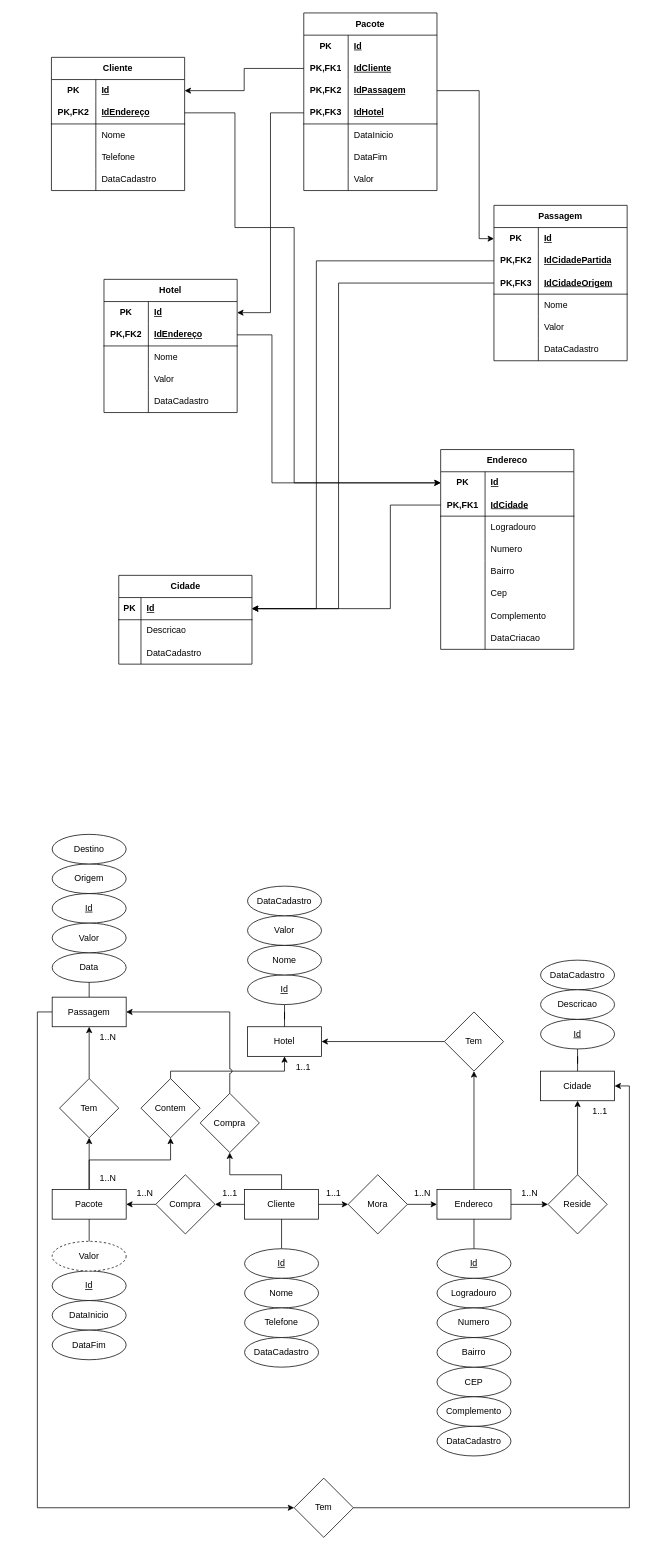
Above: page "Página-3" (3 of 3) of Andre-turismo.drawio in GBFerro/projandeTurismoADO (draw.io), before the change. Source tidied: cells renumbered, new cells numbered last; positions are measured from the earlier drawing's top-left corner, leaving out a move shared by most shapes. Both pictures are drawn from the tidied source at 74%, with x=0, y=0 at pixel (37, 13).
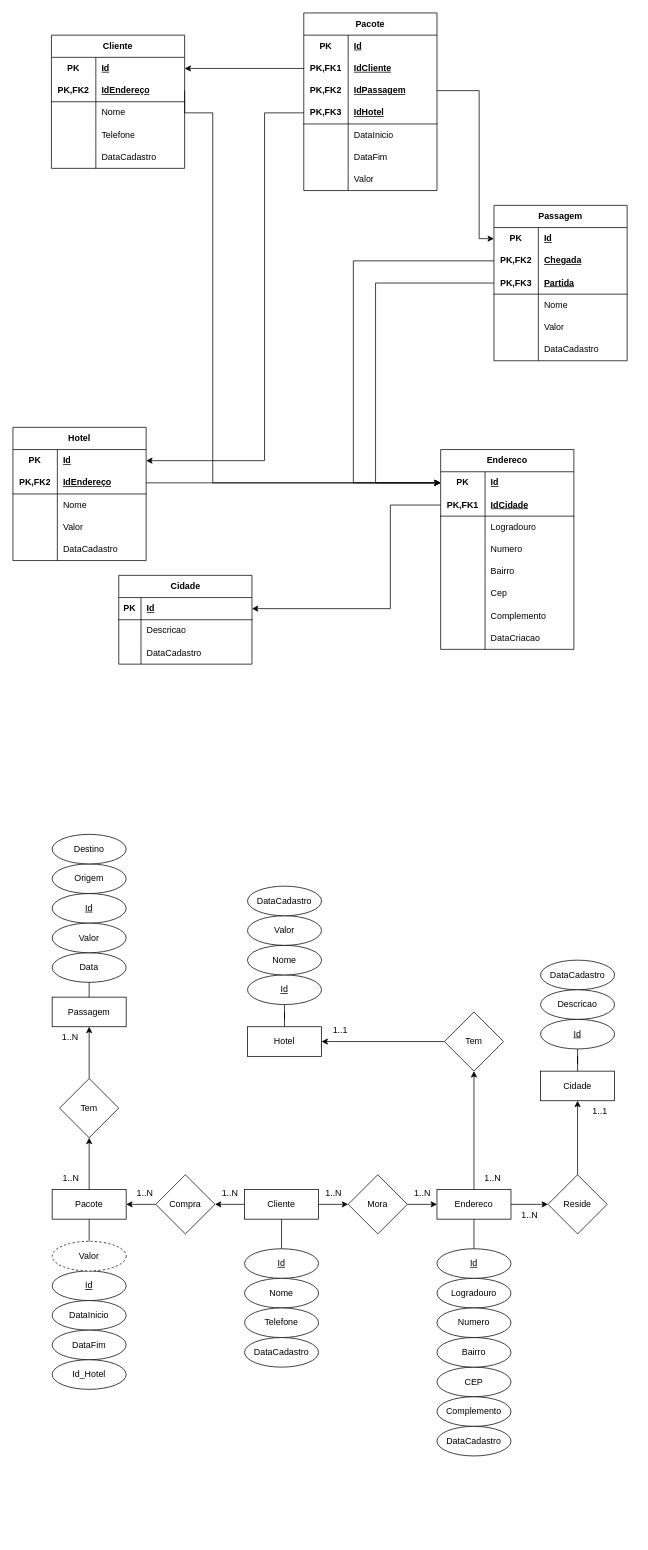
The same page after the edit.

Unchanged cells that the change refers to:
```xml
<mxCell id="3" style="shape=tableRow;horizontal=0;startSize=0;swimlaneHead=0;swimlaneBody=0;fillColor=none;points=[[0,0.5],[1,0.5]];portConstraint=eastwest;top=0;left=0;right=0;bottom=1;" parent="2" vertex="1">
  <mxGeometry y="30" width="180" height="30" as="geometry" />
</mxCell>
<mxCell id="13" style="shape=tableRow;horizontal=0;startSize=0;swimlaneHead=0;swimlaneBody=0;fillColor=none;points=[[0,0.5],[1,0.5]];portConstraint=eastwest;top=0;left=0;right=0;bottom=0;html=1;" parent="12" vertex="1">
  <mxGeometry y="30" width="180" height="30" as="geometry" />
</mxCell>
<mxCell id="39" value="Pacote" style="whiteSpace=wrap;html=1;align=center;" parent="1" vertex="1">
  <mxGeometry x="20" y="1590" width="100" height="40" as="geometry" />
</mxCell>
<mxCell id="40" value="Hotel" style="whiteSpace=wrap;html=1;align=center;" parent="1" vertex="1">
  <mxGeometry x="284" y="1370" width="100" height="40" as="geometry" />
</mxCell>
<mxCell id="44" value="Cliente" style="whiteSpace=wrap;html=1;align=center;" parent="1" vertex="1">
  <mxGeometry x="280" y="1590" width="100" height="40" as="geometry" />
</mxCell>
<mxCell id="46" value="Passagem" style="whiteSpace=wrap;html=1;align=center;" parent="1" vertex="1">
  <mxGeometry x="20" y="1330" width="100" height="40" as="geometry" />
</mxCell>
<mxCell id="50" value="Cidade" style="whiteSpace=wrap;html=1;align=center;" parent="1" vertex="1">
  <mxGeometry x="680" y="1430" width="100" height="40" as="geometry" />
</mxCell>
<mxCell id="113" style="shape=tableRow;horizontal=0;startSize=0;swimlaneHead=0;swimlaneBody=0;fillColor=none;points=[[0,0.5],[1,0.5]];portConstraint=eastwest;top=0;left=0;right=0;bottom=1;html=1;" parent="109" vertex="1">
  <mxGeometry y="60" width="180" height="30" as="geometry" />
</mxCell>
<mxCell id="126" style="shape=tableRow;horizontal=0;startSize=0;swimlaneHead=0;swimlaneBody=0;fillColor=none;points=[[0,0.5],[1,0.5]];portConstraint=eastwest;top=0;left=0;right=0;bottom=0;html=1;" parent="125" vertex="1">
  <mxGeometry y="30" width="180" height="30" as="geometry" />
</mxCell>
<mxCell id="129" style="shape=tableRow;horizontal=0;startSize=0;swimlaneHead=0;swimlaneBody=0;fillColor=none;points=[[0,0.5],[1,0.5]];portConstraint=eastwest;top=0;left=0;right=0;bottom=1;html=1;" parent="125" vertex="1">
  <mxGeometry y="60" width="180" height="30" as="geometry" />
</mxCell>
<mxCell id="145" style="shape=tableRow;horizontal=0;startSize=0;swimlaneHead=0;swimlaneBody=0;fillColor=none;points=[[0,0.5],[1,0.5]];portConstraint=eastwest;top=0;left=0;right=0;bottom=0;html=1;" parent="141" vertex="1">
  <mxGeometry y="60" width="180" height="30" as="geometry" />
</mxCell>
<mxCell id="148" style="shape=tableRow;horizontal=0;startSize=0;swimlaneHead=0;swimlaneBody=0;fillColor=none;points=[[0,0.5],[1,0.5]];portConstraint=eastwest;top=0;left=0;right=0;bottom=1;html=1;" parent="141" vertex="1">
  <mxGeometry y="90" width="180" height="30" as="geometry" />
</mxCell>
<mxCell id="170" style="shape=tableRow;horizontal=0;startSize=0;swimlaneHead=0;swimlaneBody=0;fillColor=none;points=[[0,0.5],[1,0.5]];portConstraint=eastwest;top=0;left=0;right=0;bottom=1;html=1;" parent="160" vertex="1">
  <mxGeometry y="120" width="180" height="30" as="geometry" />
</mxCell>
```

What changed in the source:
```diff
@@
-    <mxCell id="37" style="edgeStyle=orthogonalEdgeStyle;rounded=0;jettySize=auto;html=1;" parent="1" edge="1" source="39" target="93">
-      <mxGeometry relative="1" as="geometry">
-        <Array as="points">
-          <mxPoint x="70" y="1550" />
-          <mxPoint x="180" y="1550" />
-        </Array>
-      </mxGeometry>
-    </mxCell>
@@
-    <mxCell id="43" style="edgeStyle=orthogonalEdgeStyle;rounded=0;jettySize=auto;html=1;" parent="1" edge="1" source="44" target="104">
-      <mxGeometry relative="1" as="geometry">
-        <Array as="points">
-          <mxPoint x="330" y="1570" />
-          <mxPoint x="260" y="1570" />
-        </Array>
-      </mxGeometry>
-    </mxCell>
@@
-    <mxCell id="45" style="edgeStyle=orthogonalEdgeStyle;rounded=0;jettySize=auto;html=1;exitX=0;exitY=0.5;exitDx=0;exitDy=0;entryX=0;entryY=0.5;entryDx=0;entryDy=0;" parent="1" edge="1" source="46" target="108">
-      <mxGeometry relative="1" as="geometry">
-        <Array as="points">
-          <mxPoint y="1350" />
-          <mxPoint y="2020" />
-        </Array>
-      </mxGeometry>
-    </mxCell>
@@
     <mxCell id="83" value="1..N" style="text;html=1;align=center;verticalAlign=middle;strokeColor=none;fillColor=none;" parent="1" vertex="1">
-      <mxGeometry x="640" y="1580" width="50" height="30" as="geometry" />
+      <mxGeometry x="640" y="1610" width="50" height="30" as="geometry" />
     </mxCell>
@@
-    <mxCell id="86" value="1..1" style="text;html=1;align=center;verticalAlign=middle;strokeColor=none;fillColor=none;" parent="1" vertex="1">
-      <mxGeometry x="380" y="1580" width="40" height="30" as="geometry" />
+    <mxCell id="86" value="1..N" style="text;html=1;align=center;verticalAlign=middle;strokeColor=none;fillColor=none;" parent="1" vertex="1">
+      <mxGeometry x="375" y="1580" width="50" height="30" as="geometry" />
     </mxCell>
@@
-    <mxCell id="90" value="1..1" style="text;html=1;align=center;verticalAlign=middle;strokeColor=none;fillColor=none;" parent="1" vertex="1">
-      <mxGeometry x="240" y="1580" width="40" height="30" as="geometry" />
+    <mxCell id="90" value="1..N" style="text;html=1;align=center;verticalAlign=middle;strokeColor=none;fillColor=none;" parent="1" vertex="1">
+      <mxGeometry x="235" y="1580" width="50" height="30" as="geometry" />
     </mxCell>
@@
-    <mxCell id="92" style="edgeStyle=orthogonalEdgeStyle;rounded=0;jettySize=auto;html=1;exitX=0.5;exitY=0;exitDx=0;exitDy=0;entryX=0.5;entryY=1;entryDx=0;entryDy=0;" parent="1" edge="1" source="93" target="40">
-      <mxGeometry relative="1" as="geometry">
-        <Array as="points">
-          <mxPoint x="180" y="1430" />
-          <mxPoint x="334" y="1430" />
-        </Array>
-      </mxGeometry>
-    </mxCell>
-    <mxCell id="93" value="Contem" style="rhombus;whiteSpace=wrap;html=1;" parent="1" vertex="1">
-      <mxGeometry x="140" y="1440" width="80" height="80" as="geometry" />
-    </mxCell>
     <mxCell id="94" value="1..N" style="text;html=1;align=center;verticalAlign=middle;strokeColor=none;fillColor=none;" parent="1" vertex="1">
-      <mxGeometry x="70" y="1370" width="50" height="30" as="geometry" />
+      <mxGeometry x="19" y="1370" width="50" height="30" as="geometry" />
     </mxCell>
-    <mxCell id="95" value="1..1" style="text;html=1;align=center;verticalAlign=middle;strokeColor=none;fillColor=none;" parent="1" vertex="1">
-      <mxGeometry x="339" y="1410" width="40" height="30" as="geometry" />
-    </mxCell>
     <mxCell id="96" value="1..N" style="text;html=1;align=center;verticalAlign=middle;strokeColor=none;fillColor=none;" parent="1" vertex="1">
-      <mxGeometry x="70" y="1560" width="50" height="30" as="geometry" />
+      <mxGeometry x="20" y="1560" width="50" height="30" as="geometry" />
     </mxCell>
@@
-    <mxCell id="103" style="edgeStyle=orthogonalEdgeStyle;rounded=0;jettySize=auto;html=1;exitX=0.5;exitY=0;exitDx=0;exitDy=0;entryX=1;entryY=0.5;entryDx=0;entryDy=0;jumpStyle=arc;" parent="1" edge="1" source="104" target="46">
-      <mxGeometry relative="1" as="geometry">
-        <Array as="points">
-          <mxPoint x="260" y="1350" />
-        </Array>
-      </mxGeometry>
-    </mxCell>
-    <mxCell id="104" value="Compra" style="rhombus;whiteSpace=wrap;html=1;" parent="1" vertex="1">
-      <mxGeometry x="220" y="1460" width="80" height="80" as="geometry" />
-    </mxCell>
@@
-    <mxCell id="107" style="edgeStyle=orthogonalEdgeStyle;rounded=0;jettySize=auto;html=1;exitX=1;exitY=0.5;exitDx=0;exitDy=0;entryX=1;entryY=0.5;entryDx=0;entryDy=0;" parent="1" edge="1" source="108" target="50">
-      <mxGeometry relative="1" as="geometry" />
-    </mxCell>
-    <mxCell id="108" value="Tem" style="rhombus;whiteSpace=wrap;html=1;" parent="1" vertex="1">
-      <mxGeometry x="347" y="1980" width="80" height="80" as="geometry" />
-    </mxCell>
     <mxCell id="109" value="Cliente" style="shape=table;startSize=30;childLayout=tableLayout;rowLines=0;fontStyle=1;align=center;html=1;whiteSpace=wrap;" parent="1" vertex="1">
-      <mxGeometry x="19" y="60" width="180" height="180" as="geometry" />
+      <mxGeometry x="19" y="30" width="180" height="180" as="geometry" />
     </mxCell>
@@
     <mxCell id="125" value="Hotel" style="shape=table;startSize=30;childLayout=tableLayout;rowLines=0;fontStyle=1;align=center;html=1;whiteSpace=wrap;" parent="1" vertex="1">
-      <mxGeometry x="90" y="360" width="180" height="180" as="geometry" />
+      <mxGeometry x="-33" y="560" width="180" height="180" as="geometry" />
     </mxCell>
@@
-    <mxCell id="147" value="IdCidadePartida" style="shape=partialRectangle;fillColor=none;top=0;left=0;bottom=0;right=0;align=left;spacingLeft=6;fontStyle=5;overflow=hidden;html=1;whiteSpace=wrap;" parent="145" vertex="1">
+    <mxCell id="147" value="Chegada" style="shape=partialRectangle;fillColor=none;top=0;left=0;bottom=0;right=0;align=left;spacingLeft=6;fontStyle=5;overflow=hidden;html=1;whiteSpace=wrap;" parent="145" vertex="1">
       <mxGeometry x="60" width="120" height="30" as="geometry" />
     </mxCell>
@@
-    <mxCell id="150" value="IdCidadeOrigem" style="shape=partialRectangle;fillColor=none;top=0;left=0;bottom=0;right=0;align=left;spacingLeft=6;fontStyle=5;overflow=hidden;html=1;whiteSpace=wrap;" parent="148" vertex="1">
+    <mxCell id="150" value="Partida" style="shape=partialRectangle;fillColor=none;top=0;left=0;bottom=0;right=0;align=left;spacingLeft=6;fontStyle=5;overflow=hidden;html=1;whiteSpace=wrap;" parent="148" vertex="1">
       <mxGeometry x="60" width="120" height="30" as="geometry" />
     </mxCell>
@@
     <mxCell id="183" style="edgeStyle=orthogonalEdgeStyle;rounded=0;jettySize=auto;html=1;exitX=0;exitY=0.5;exitDx=0;exitDy=0;" parent="1" edge="1" source="170" target="126">
-      <mxGeometry relative="1" as="geometry" />
+      <mxGeometry relative="1" as="geometry">
+        <Array as="points">
+          <mxPoint x="307" y="135" />
+          <mxPoint x="307" y="605" />
+        </Array>
+      </mxGeometry>
     </mxCell>
@@
-    <mxCell id="186" style="edgeStyle=orthogonalEdgeStyle;rounded=0;jettySize=auto;html=1;exitX=0;exitY=0.5;exitDx=0;exitDy=0;entryX=1;entryY=0.5;entryDx=0;entryDy=0;" parent="1" edge="1" source="145" target="3">
-      <mxGeometry relative="1" as="geometry">
-        <Array as="points">
-          <mxPoint x="377" y="335" />
-          <mxPoint x="377" y="805" />
-        </Array>
-      </mxGeometry>
-    </mxCell>
-    <mxCell id="187" style="edgeStyle=orthogonalEdgeStyle;rounded=0;jettySize=auto;html=1;exitX=0;exitY=0.5;exitDx=0;exitDy=0;entryX=1;entryY=0.5;entryDx=0;entryDy=0;" parent="1" edge="1" source="148" target="3">
-      <mxGeometry relative="1" as="geometry">
-        <Array as="points">
-          <mxPoint x="407" y="365" />
-          <mxPoint x="407" y="805" />
-        </Array>
-      </mxGeometry>
-    </mxCell>
     <mxCell id="188" style="edgeStyle=orthogonalEdgeStyle;rounded=0;jettySize=auto;html=1;exitX=1;exitY=0.5;exitDx=0;exitDy=0;entryX=0;entryY=0.5;entryDx=0;entryDy=0;" parent="1" edge="1" source="129" target="13">
       <mxGeometry relative="1" as="geometry">
         <Array as="points">
-          <mxPoint x="317" y="435" />
-          <mxPoint x="317" y="635" />
+          <mxPoint x="167" y="635" />
         </Array>
       </mxGeometry>
     </mxCell>
     <mxCell id="189" style="edgeStyle=orthogonalEdgeStyle;rounded=0;jettySize=auto;html=1;exitX=1;exitY=0.5;exitDx=0;exitDy=0;entryX=0;entryY=0.5;entryDx=0;entryDy=0;" parent="1" edge="1" source="113" target="13">
       <mxGeometry relative="1" as="geometry">
         <Array as="points">
-          <mxPoint x="267" y="135" />
-          <mxPoint x="267" y="290" />
-          <mxPoint x="347" y="290" />
-          <mxPoint x="347" y="635" />
+          <mxPoint x="237" y="135" />
+          <mxPoint x="237" y="635" />
         </Array>
       </mxGeometry>
     </mxCell>
+    <mxCell id="190" value="Id_Hotel" style="ellipse;whiteSpace=wrap;html=1;align=center;" parent="1" vertex="1">
+      <mxGeometry x="20" y="1820" width="100" height="40" as="geometry" />
+    </mxCell>
+    <mxCell id="95" value="1..1" style="text;html=1;align=center;verticalAlign=middle;strokeColor=none;fillColor=none;" parent="1" vertex="1">
+      <mxGeometry x="389" y="1360" width="40" height="30" as="geometry" />
+    </mxCell>
+    <mxCell id="191" value="1..N" style="text;html=1;align=center;verticalAlign=middle;strokeColor=none;fillColor=none;" parent="1" vertex="1">
+      <mxGeometry x="590" y="1560" width="50" height="30" as="geometry" />
+    </mxCell>
+    <mxCell id="192" style="edgeStyle=orthogonalEdgeStyle;rounded=0;jettySize=auto;html=1;exitX=0;exitY=0.5;exitDx=0;exitDy=0;entryX=0;entryY=0.5;entryDx=0;entryDy=0;" parent="1" edge="1" source="145" target="13">
+      <mxGeometry relative="1" as="geometry">
+        <Array as="points">
+          <mxPoint x="427" y="335" />
+          <mxPoint x="427" y="635" />
+        </Array>
+      </mxGeometry>
+    </mxCell>
+    <mxCell id="193" style="edgeStyle=orthogonalEdgeStyle;rounded=0;jettySize=auto;html=1;exitX=0;exitY=0.5;exitDx=0;exitDy=0;entryX=0;entryY=0.5;entryDx=0;entryDy=0;" parent="1" edge="1" source="148" target="13">
+      <mxGeometry relative="1" as="geometry">
+        <Array as="points">
+          <mxPoint x="457" y="365" />
+          <mxPoint x="457" y="635" />
+        </Array>
+      </mxGeometry>
+    </mxCell>
```
